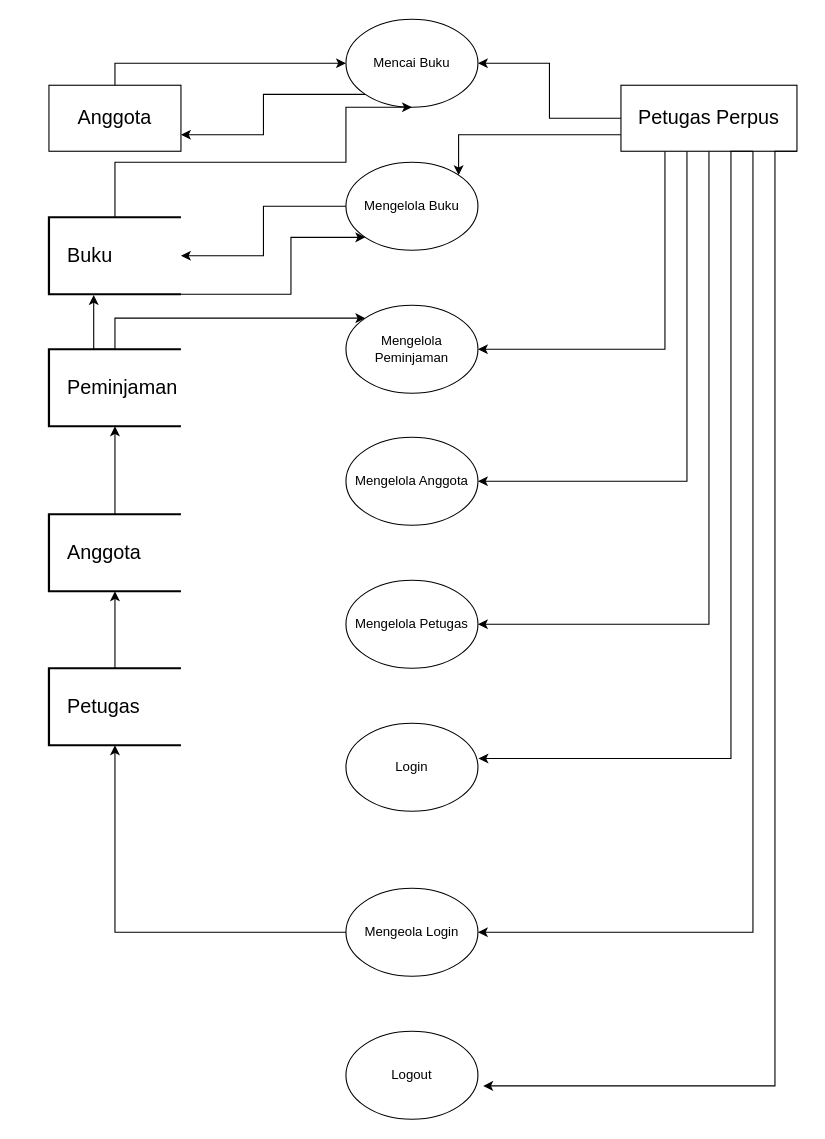
Above: dfd perpus lvl1.drawio in codefour22/erdperpus (draw.io), before the change. Source tidied: cells renumbered, new cells numbered last; positions are measured from the earlier drawing's top-left corner, leaving out a move shared by most shapes. Both pictures are drawn from the tidied source at 110%, with x=0, y=0 at pixel (48, 19).
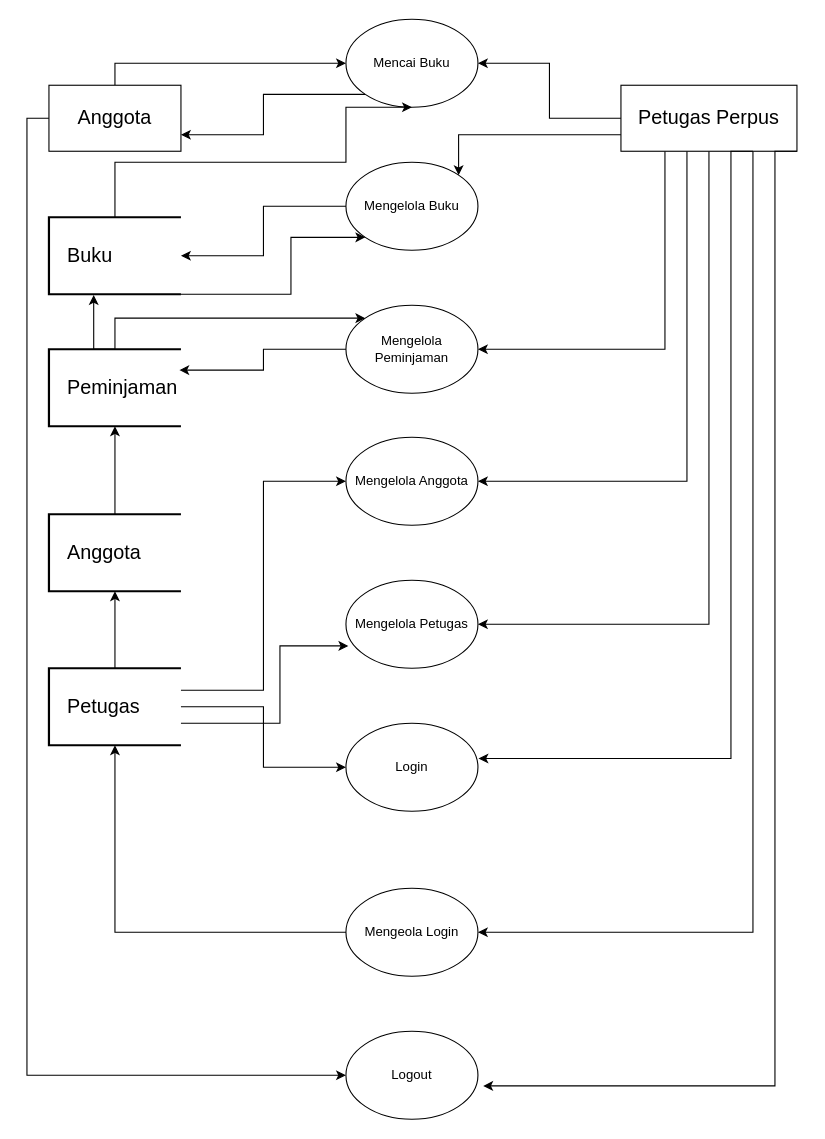
Above is the later version.

The change refers to these unchanged cells:
```xml
<mxCell id="5" value="Mengelola Peminjaman" style="ellipse;whiteSpace=wrap;html=1;" parent="1" vertex="1">
  <mxGeometry x="270" y="260" width="120" height="80" as="geometry" />
</mxCell>
<mxCell id="6" value="Mengelola Anggota" style="ellipse;whiteSpace=wrap;html=1;" parent="1" vertex="1">
  <mxGeometry x="270" y="380" width="120" height="80" as="geometry" />
</mxCell>
<mxCell id="7" value="Mengelola Petugas" style="ellipse;whiteSpace=wrap;html=1;" parent="1" vertex="1">
  <mxGeometry x="270" y="510" width="120" height="80" as="geometry" />
</mxCell>
<mxCell id="8" value="Login" style="ellipse;whiteSpace=wrap;html=1;" parent="1" vertex="1">
  <mxGeometry x="270" y="640" width="120" height="80" as="geometry" />
</mxCell>
<mxCell id="10" value="Logout" style="ellipse;whiteSpace=wrap;html=1;" parent="1" vertex="1">
  <mxGeometry x="270" y="920" width="120" height="80" as="geometry" />
</mxCell>
<mxCell id="16" value="&lt;font style=&quot;font-size: 18px;&quot;&gt;&amp;nbsp; &amp;nbsp;Peminjaman&lt;/font&gt;" style="strokeWidth=2;html=1;shape=mxgraph.flowchart.annotation_1;align=left;" parent="1" vertex="1">
  <mxGeometry y="300" width="120" height="70" as="geometry" />
</mxCell>
<mxCell id="18" value="&lt;font style=&quot;font-size: 18px;&quot;&gt;&amp;nbsp; &amp;nbsp;Petugas&lt;/font&gt;" style="strokeWidth=2;html=1;shape=mxgraph.flowchart.annotation_1;align=left;" parent="1" vertex="1">
  <mxGeometry y="590" width="120" height="70" as="geometry" />
</mxCell>
<mxCell id="19" value="&lt;font style=&quot;font-size: 18px;&quot;&gt;Anggota&lt;/font&gt;" style="rounded=0;whiteSpace=wrap;html=1;" parent="1" vertex="1">
  <mxGeometry y="60" width="120" height="60" as="geometry" />
</mxCell>
```

The edit, as a diff of the source:
```diff
@@
+    <mxCell id="34" style="edgeStyle=orthogonalEdgeStyle;rounded=0;jettySize=auto;html=1;exitX=1;exitY=0.5;exitDx=0;exitDy=0;exitPerimeter=0;entryX=0;entryY=0.5;entryDx=0;entryDy=0;" parent="1" edge="1" source="18" target="8">
+      <mxGeometry relative="1" as="geometry" />
+    </mxCell>
+    <mxCell id="35" style="edgeStyle=orthogonalEdgeStyle;rounded=0;jettySize=auto;html=1;entryX=0;entryY=0.5;entryDx=0;entryDy=0;" parent="1" edge="1" source="18" target="6">
+      <mxGeometry relative="1" as="geometry">
+        <Array as="points">
+          <mxPoint x="195" y="610" />
+          <mxPoint x="195" y="420" />
+        </Array>
+      </mxGeometry>
+    </mxCell>
@@
+    <mxCell id="36" style="edgeStyle=orthogonalEdgeStyle;rounded=0;jettySize=auto;html=1;exitX=0;exitY=0.5;exitDx=0;exitDy=0;entryX=0;entryY=0.5;entryDx=0;entryDy=0;" parent="1" edge="1" source="19" target="10">
+      <mxGeometry relative="1" as="geometry" />
+    </mxCell>
@@
+    <mxCell id="37" style="edgeStyle=orthogonalEdgeStyle;rounded=0;jettySize=auto;html=1;exitX=0;exitY=0.5;exitDx=0;exitDy=0;entryX=0.988;entryY=0.271;entryDx=0;entryDy=0;entryPerimeter=0;" parent="1" edge="1" source="5" target="16">
+      <mxGeometry relative="1" as="geometry" />
+    </mxCell>
+    <mxCell id="38" style="edgeStyle=orthogonalEdgeStyle;rounded=0;jettySize=auto;html=1;entryX=0.018;entryY=0.746;entryDx=0;entryDy=0;entryPerimeter=0;" parent="1" edge="1" source="18" target="7">
+      <mxGeometry relative="1" as="geometry">
+        <Array as="points">
+          <mxPoint x="210" y="640" />
+          <mxPoint x="210" y="570" />
+        </Array>
+      </mxGeometry>
+    </mxCell>
```
